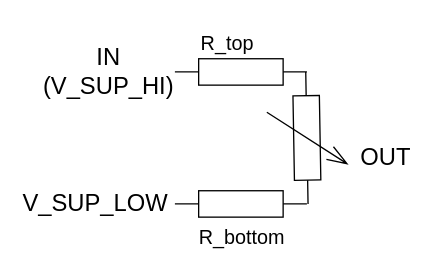
Earlier version of the draw.io diagram original_assets/pot-bias-calculator.drawio (aweijnitz/synth-calculators). Source tidied: cells renumbered, new cells numbered last; positions are measured from the earlier drawing's top-left corner, leaving out a move shared by most shapes. Both pictures are drawn from the tidied source at 132%, with x=0, y=0 at pixel (55, 22).
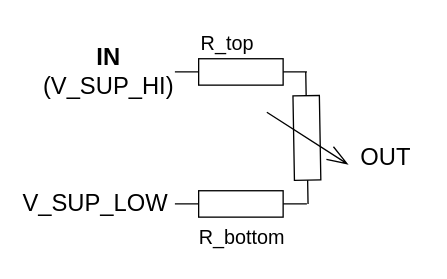
The same diagram, later.

Commit message (it also covers changes not shown here):
Updates pot bias calc

The edit, as a diff of the source:
```diff
@@
 <mxGraphModel>
   <root>
     <mxCell id="0" />
     <mxCell id="1" parent="0" />
     <mxCell id="2" style="verticalLabelPosition=bottom;shadow=0;dashed=0;align=center;html=1;verticalAlign=top;shape=mxgraph.electrical.resistors.resistor_1;" parent="1" vertex="1">
       <mxGeometry x="90" y="27" width="100" height="20" as="geometry" />
     </mxCell>
     <mxCell id="3" style="verticalLabelPosition=bottom;shadow=0;dashed=0;align=center;html=1;verticalAlign=top;shape=mxgraph.electrical.resistors.resistor_1;" parent="1" vertex="1">
       <mxGeometry x="90" y="127" width="100" height="20" as="geometry" />
     </mxCell>
     <mxCell id="4" style="verticalLabelPosition=bottom;shadow=0;dashed=0;align=center;html=1;verticalAlign=top;shape=mxgraph.electrical.resistors.variable_resistor_1;rotation=89;" parent="1" vertex="1">
       <mxGeometry x="140" y="57" width="100" height="60" as="geometry" />
     </mxCell>
-    <mxCell id="5" value="&lt;span style=&quot;font-size: 18px;&quot;&gt;IN (V_SUP_HI)&lt;/span&gt;" style="text;html=1;align=center;verticalAlign=middle;whiteSpace=wrap;rounded=0;" parent="1" vertex="1">
+    <mxCell id="5" value="&lt;span style=&quot;font-size: 18px;&quot;&gt;&lt;b&gt;IN&lt;/b&gt; (V_SUP_HI)&lt;/span&gt;" style="text;html=1;align=center;verticalAlign=middle;whiteSpace=wrap;rounded=0;" parent="1" vertex="1">
       <mxGeometry x="10" y="22" width="60" height="30" as="geometry" />
     </mxCell>
     <mxCell id="6" value="&lt;font style=&quot;font-size: 18px;&quot;&gt;OUT&lt;/font&gt;" style="text;html=1;align=center;verticalAlign=middle;whiteSpace=wrap;rounded=0;" parent="1" vertex="1">
       <mxGeometry x="220" y="87" width="60" height="30" as="geometry" />
     </mxCell>
     <mxCell id="7" value="&lt;font style=&quot;font-size: 15px;&quot;&gt;R_top&lt;/font&gt;" style="text;html=1;align=center;verticalAlign=middle;whiteSpace=wrap;rounded=0;" parent="1" vertex="1">
       <mxGeometry x="100" width="60" height="30" as="geometry" />
     </mxCell>
     <mxCell id="8" value="&lt;font style=&quot;font-size: 15px;&quot;&gt;R_bottom&lt;/font&gt;" style="text;html=1;align=center;verticalAlign=middle;whiteSpace=wrap;rounded=0;" parent="1" vertex="1">
       <mxGeometry x="111" y="147" width="60" height="30" as="geometry" />
     </mxCell>
     <mxCell id="9" value="&lt;span style=&quot;font-size: 18px;&quot;&gt;V_SUP_LOW&lt;/span&gt;" style="text;html=1;align=center;verticalAlign=middle;whiteSpace=wrap;rounded=0;" parent="1" vertex="1">
       <mxGeometry y="122" width="60" height="30" as="geometry" />
     </mxCell>
   </root>
 </mxGraphModel>
```
